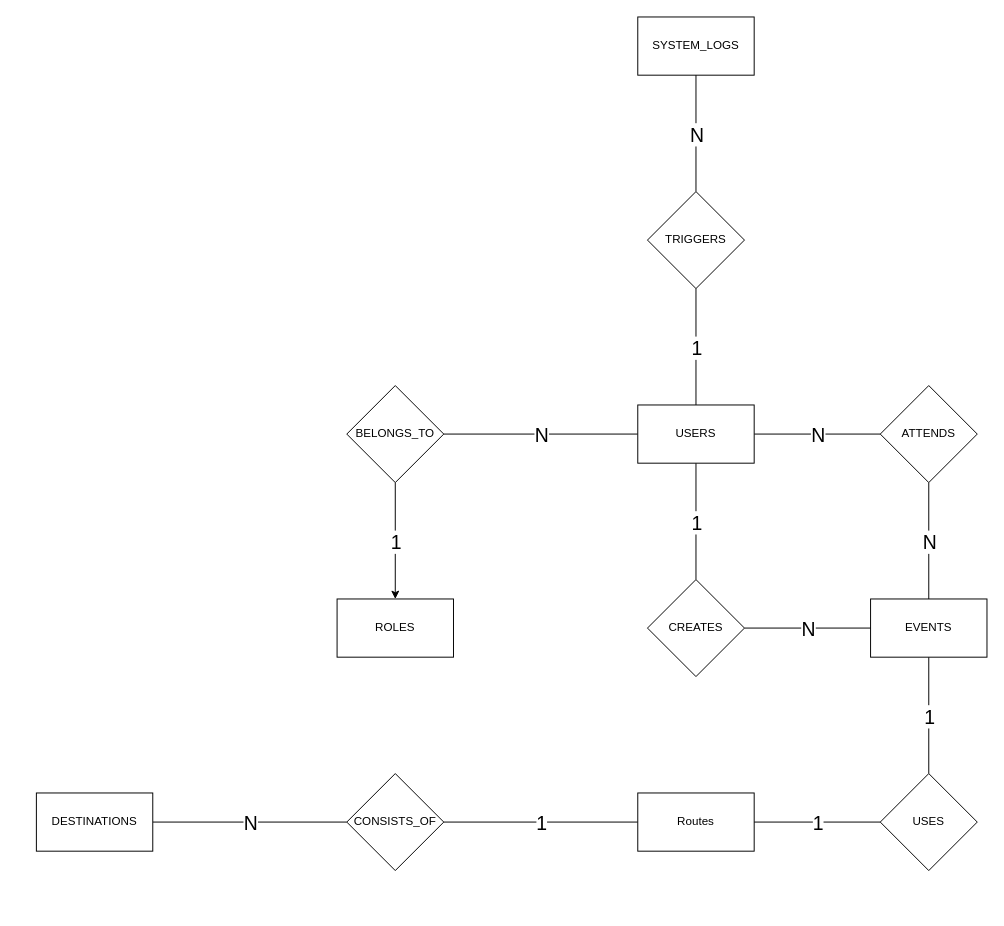
This is Schemes/ER.drawio from bcem00/WalkTogether, a draw.io file, before an edit. Source tidied: cells renumbered, new cells numbered last; positions are measured from the earlier drawing's top-left corner, leaving out a move shared by most shapes. Both pictures are drawn from the tidied source at 97%, with x=0, y=0 at pixel (36, 16).
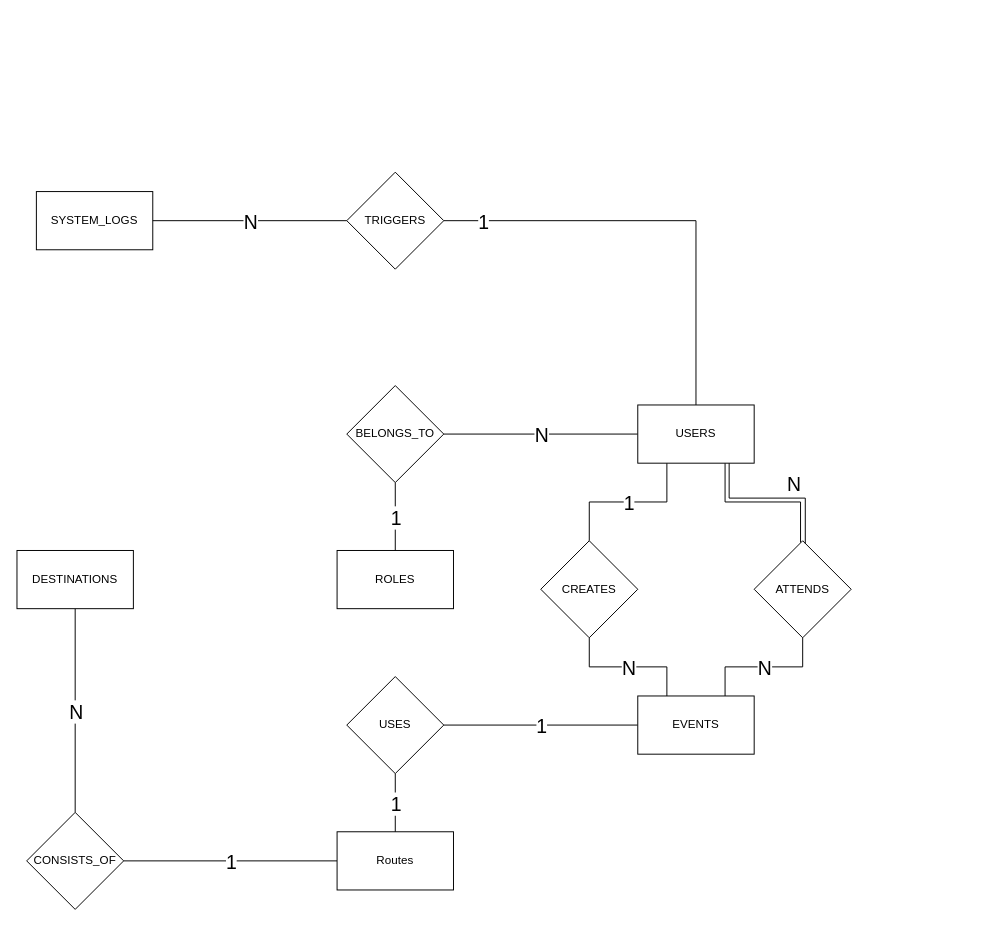
Above is the later version.

Unchanged cells that the change refers to:
```xml
<mxCell id="10" value="USERS" style="rounded=0;whiteSpace=wrap;html=1;" parent="1" vertex="1">
  <mxGeometry x="620" y="400" width="120" height="60" as="geometry" />
</mxCell>
<mxCell id="20" value="BELONGS_TO" style="rhombus;whiteSpace=wrap;html=1;" parent="1" vertex="1">
  <mxGeometry x="320" y="380" width="100" height="100" as="geometry" />
</mxCell>
```

What changed in the source:
```diff
@@
-    <mxCell id="4" style="edgeStyle=orthogonalEdgeStyle;rounded=0;jettySize=auto;html=1;entryX=0.5;entryY=0;entryDx=0;entryDy=0;endArrow=none;endFill=0;" parent="1" edge="1" source="10" target="23">
-      <mxGeometry relative="1" as="geometry" />
+    <mxCell id="4" style="edgeStyle=orthogonalEdgeStyle;rounded=0;jettySize=auto;html=1;entryX=0.5;entryY=0;entryDx=0;entryDy=0;endArrow=none;endFill=0;exitX=0.25;exitY=1;exitDx=0;exitDy=0;" parent="1" edge="1" source="10" target="23">
+      <mxGeometry relative="1" as="geometry">
+        <Array as="points">
+          <mxPoint x="650" y="500" />
+          <mxPoint x="570" y="500" />
+        </Array>
+      </mxGeometry>
     </mxCell>
@@
-    <mxCell id="6" style="edgeStyle=orthogonalEdgeStyle;rounded=0;jettySize=auto;html=1;entryX=0;entryY=0.5;entryDx=0;entryDy=0;endArrow=none;endFill=0;" parent="1" edge="1" source="10" target="26">
+    <mxCell id="6" style="rounded=0;jettySize=auto;html=1;entryX=0.478;entryY=0.019;entryDx=0;entryDy=0;endArrow=none;endFill=0;exitX=0.75;exitY=1;exitDx=0;exitDy=0;flowAnimation=0;jumpStyle=none;strokeColor=default;comic=0;enumerate=0;orthogonal=0;noJump=0;backgroundOutline=0;snapToPoint=0;edgeStyle=orthogonalEdgeStyle;elbow=vertical;entryPerimeter=0;" parent="1" edge="1" source="10" target="26">
       <mxGeometry relative="1" as="geometry" />
     </mxCell>
     <mxCell id="7" value="&lt;font style=&quot;font-size: 20px;&quot;&gt;N&lt;/font&gt;" style="edgeLabel;html=1;align=center;verticalAlign=middle;" parent="6" vertex="1">
-      <mxGeometry relative="1" as="geometry" />
+      <mxGeometry relative="1" as="geometry">
+        <mxPoint x="30" y="-20" as="offset" />
+      </mxGeometry>
     </mxCell>
-    <mxCell id="8" style="edgeStyle=orthogonalEdgeStyle;rounded=0;jettySize=auto;html=1;entryX=0.5;entryY=1;entryDx=0;entryDy=0;endArrow=none;endFill=0;" parent="1" edge="1" source="10" target="30">
-      <mxGeometry relative="1" as="geometry" />
+    <mxCell id="8" style="edgeStyle=orthogonalEdgeStyle;rounded=0;jettySize=auto;html=1;entryX=1;entryY=0.5;entryDx=0;entryDy=0;endArrow=none;endFill=0;" parent="1" edge="1" source="10" target="30">
+      <mxGeometry relative="1" as="geometry">
+        <Array as="points">
+          <mxPoint x="680" y="210" />
+        </Array>
+      </mxGeometry>
     </mxCell>
     <mxCell id="9" value="&lt;font style=&quot;font-size: 20px;&quot;&gt;1&lt;/font&gt;" style="edgeLabel;html=1;align=center;verticalAlign=middle;" parent="8" vertex="1">
-      <mxGeometry relative="1" as="geometry" />
+      <mxGeometry relative="1" as="geometry">
+        <mxPoint x="-185" as="offset" />
+      </mxGeometry>
     </mxCell>
@@
     <mxCell id="11" value="ROLES" style="rounded=0;whiteSpace=wrap;html=1;" parent="1" vertex="1">
-      <mxGeometry x="310" y="600" width="120" height="60" as="geometry" />
+      <mxGeometry x="310" y="550" width="120" height="60" as="geometry" />
     </mxCell>
-    <mxCell id="12" style="edgeStyle=orthogonalEdgeStyle;rounded=0;jettySize=auto;html=1;entryX=0.5;entryY=0;entryDx=0;entryDy=0;endArrow=none;endFill=0;" parent="1" edge="1" source="14" target="33">
+    <mxCell id="12" style="edgeStyle=orthogonalEdgeStyle;rounded=0;jettySize=auto;html=1;entryX=1;entryY=0.5;entryDx=0;entryDy=0;endArrow=none;endFill=0;" parent="1" edge="1" source="14" target="33">
       <mxGeometry relative="1" as="geometry" />
     </mxCell>
@@
     <mxCell id="14" value="EVENTS" style="rounded=0;whiteSpace=wrap;html=1;" parent="1" vertex="1">
-      <mxGeometry x="860" y="600" width="120" height="60" as="geometry" />
+      <mxGeometry x="620" y="700" width="120" height="60" as="geometry" />
     </mxCell>
@@
     <mxCell id="17" value="Routes" style="rounded=0;whiteSpace=wrap;html=1;" parent="1" vertex="1">
-      <mxGeometry x="620" y="800" width="120" height="60" as="geometry" />
+      <mxGeometry x="310" y="840" width="120" height="60" as="geometry" />
     </mxCell>
-    <mxCell id="18" style="edgeStyle=orthogonalEdgeStyle;rounded=0;jettySize=auto;html=1;entryX=0.5;entryY=0;entryDx=0;entryDy=0;" parent="1" edge="1" source="20" target="11">
+    <mxCell id="18" style="edgeStyle=orthogonalEdgeStyle;rounded=0;jettySize=auto;html=1;entryX=0.5;entryY=0;entryDx=0;entryDy=0;endArrow=none;endFill=0;" parent="1" edge="1" source="20" target="11">
       <mxGeometry relative="1" as="geometry" />
     </mxCell>
@@
-    <mxCell id="21" style="edgeStyle=orthogonalEdgeStyle;rounded=0;jettySize=auto;html=1;entryX=0;entryY=0.5;entryDx=0;entryDy=0;endArrow=none;endFill=0;" parent="1" edge="1" source="23" target="14">
+    <mxCell id="21" style="edgeStyle=orthogonalEdgeStyle;rounded=0;jettySize=auto;html=1;entryX=0.25;entryY=0;entryDx=0;entryDy=0;endArrow=none;endFill=0;" parent="1" edge="1" source="23" target="14">
       <mxGeometry relative="1" as="geometry" />
     </mxCell>
@@
     <mxCell id="23" value="CREATES" style="rhombus;whiteSpace=wrap;html=1;" parent="1" vertex="1">
-      <mxGeometry x="630" y="580" width="100" height="100" as="geometry" />
+      <mxGeometry x="520" y="540" width="100" height="100" as="geometry" />
     </mxCell>
-    <mxCell id="24" style="edgeStyle=orthogonalEdgeStyle;rounded=0;jettySize=auto;html=1;entryX=0.5;entryY=0;entryDx=0;entryDy=0;endArrow=none;endFill=0;" parent="1" edge="1" source="26" target="14">
+    <mxCell id="24" style="edgeStyle=orthogonalEdgeStyle;rounded=0;jettySize=auto;html=1;entryX=0.75;entryY=0;entryDx=0;entryDy=0;endArrow=none;endFill=0;" parent="1" edge="1" source="26" target="14">
       <mxGeometry relative="1" as="geometry" />
     </mxCell>
@@
-    <mxCell id="26" value="ATTENDS" style="rhombus;whiteSpace=wrap;html=1;" parent="1" vertex="1">
-      <mxGeometry x="870" y="380" width="100" height="100" as="geometry" />
+    <mxCell id="26" value="ATTENDS" style="rhombus;whiteSpace=wrap;html=1;perimeterSpacing=0;strokeWidth=1;fillStyle=auto;" parent="1" vertex="1">
+      <mxGeometry x="740" y="540" width="100" height="100" as="geometry" />
     </mxCell>
     <mxCell id="27" value="SYSTEM_LOGS" style="rounded=0;whiteSpace=wrap;html=1;" parent="1" vertex="1">
-      <mxGeometry x="620" width="120" height="60" as="geometry" />
+      <mxGeometry y="180" width="120" height="60" as="geometry" />
     </mxCell>
-    <mxCell id="28" style="edgeStyle=orthogonalEdgeStyle;rounded=0;jettySize=auto;html=1;entryX=0.5;entryY=1;entryDx=0;entryDy=0;endArrow=none;endFill=0;" parent="1" edge="1" source="30" target="27">
+    <mxCell id="28" style="edgeStyle=orthogonalEdgeStyle;rounded=0;jettySize=auto;html=1;entryX=1;entryY=0.5;entryDx=0;entryDy=0;endArrow=none;endFill=0;" parent="1" edge="1" source="30" target="27">
       <mxGeometry relative="1" as="geometry" />
     </mxCell>
@@
     <mxCell id="30" value="TRIGGERS" style="rhombus;whiteSpace=wrap;html=1;" parent="1" vertex="1">
-      <mxGeometry x="630" y="180" width="100" height="100" as="geometry" />
+      <mxGeometry x="320" y="160" width="100" height="100" as="geometry" />
     </mxCell>
-    <mxCell id="31" style="edgeStyle=orthogonalEdgeStyle;rounded=0;jettySize=auto;html=1;entryX=1;entryY=0.5;entryDx=0;entryDy=0;endArrow=none;endFill=0;" parent="1" edge="1" source="33" target="17">
+    <mxCell id="31" style="edgeStyle=orthogonalEdgeStyle;rounded=0;jettySize=auto;html=1;entryX=0.5;entryY=0;entryDx=0;entryDy=0;endArrow=none;endFill=0;" parent="1" edge="1" source="33" target="17">
       <mxGeometry relative="1" as="geometry" />
     </mxCell>
@@
     <mxCell id="33" value="USES" style="rhombus;whiteSpace=wrap;html=1;" parent="1" vertex="1">
-      <mxGeometry x="870" y="780" width="100" height="100" as="geometry" />
+      <mxGeometry x="320" y="680" width="100" height="100" as="geometry" />
     </mxCell>
-    <mxCell id="34" style="edgeStyle=orthogonalEdgeStyle;rounded=0;jettySize=auto;html=1;entryX=1;entryY=0.5;entryDx=0;entryDy=0;endArrow=none;endFill=0;" parent="1" edge="1" source="36" target="37">
+    <mxCell id="34" style="edgeStyle=orthogonalEdgeStyle;rounded=0;jettySize=auto;html=1;entryX=0.5;entryY=1;entryDx=0;entryDy=0;endArrow=none;endFill=0;" parent="1" edge="1" source="36" target="37">
       <mxGeometry relative="1" as="geometry" />
     </mxCell>
@@
     <mxCell id="36" value="CONSISTS_OF" style="rhombus;whiteSpace=wrap;html=1;" parent="1" vertex="1">
-      <mxGeometry x="320" y="780" width="100" height="100" as="geometry" />
+      <mxGeometry x="-10" y="820" width="100" height="100" as="geometry" />
     </mxCell>
     <mxCell id="37" value="DESTINATIONS" style="rounded=0;whiteSpace=wrap;html=1;" parent="1" vertex="1">
-      <mxGeometry y="800" width="120" height="60" as="geometry" />
+      <mxGeometry x="-20" y="550" width="120" height="60" as="geometry" />
     </mxCell>
+    <mxCell id="38" style="rounded=0;jettySize=auto;html=1;entryX=0.527;entryY=0.029;entryDx=0;entryDy=0;endArrow=none;endFill=0;exitX=0.785;exitY=1.001;exitDx=0;exitDy=0;flowAnimation=0;jumpStyle=none;strokeColor=default;comic=0;enumerate=0;orthogonal=0;noJump=0;backgroundOutline=0;snapToPoint=0;edgeStyle=orthogonalEdgeStyle;elbow=vertical;entryPerimeter=0;exitPerimeter=0;" parent="1" edge="1" source="10" target="26">
+      <mxGeometry relative="1" as="geometry">
+        <Array as="points">
+          <mxPoint x="714" y="496" />
+          <mxPoint x="793" y="496" />
+          <mxPoint x="793" y="543" />
+        </Array>
+      </mxGeometry>
+    </mxCell>
```
